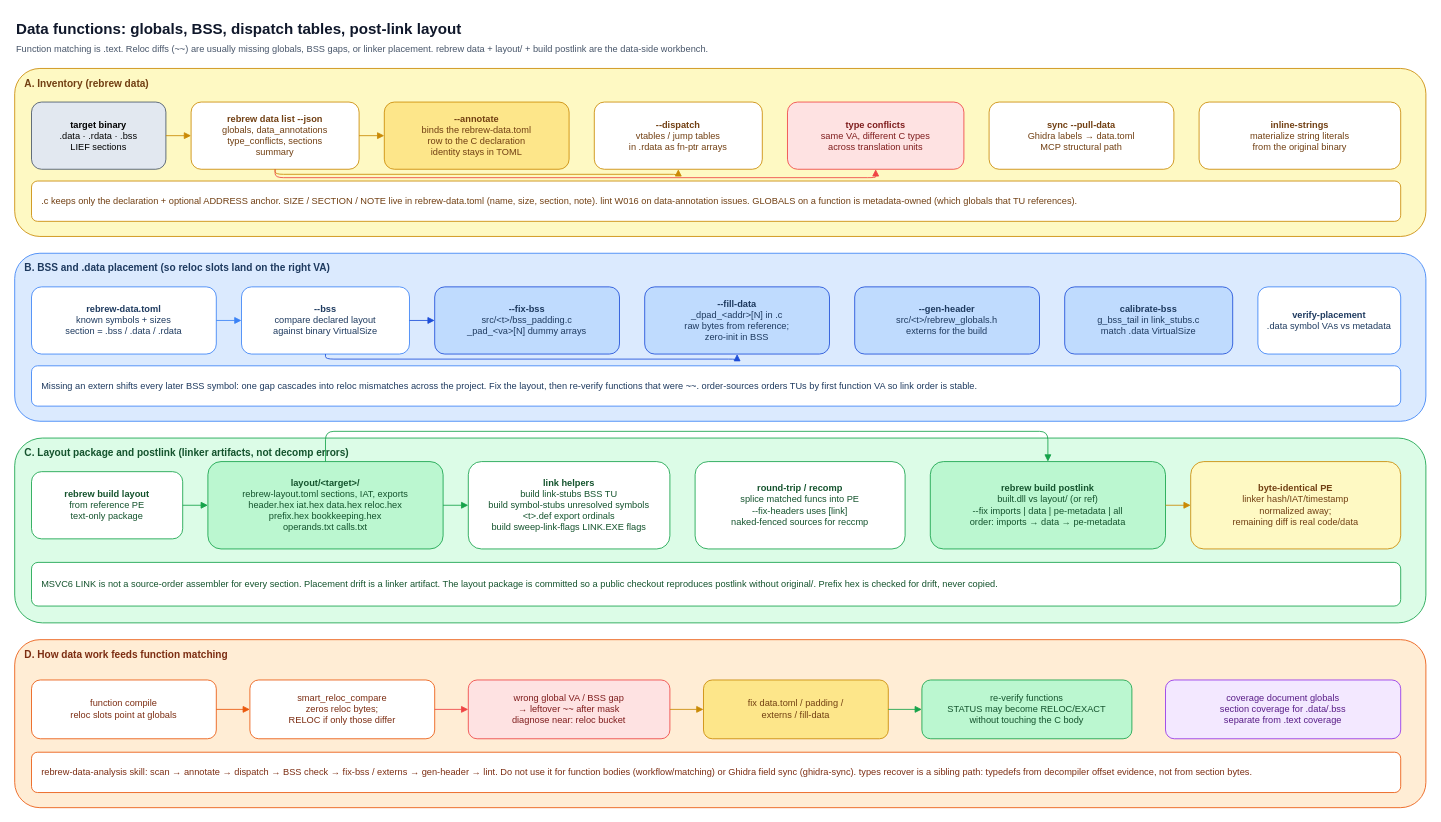
This is page "7. Data, globals, layout" (6 of 6) of docs/architecture.drawio from maci0/rebrew, a draw.io file, before an edit. Source tidied: cells renumbered, new cells numbered last; positions are measured from the earlier drawing's top-left corner, leaving out a move shared by most shapes. Both pictures are drawn from the tidied source at 84%, with x=0, y=0 at pixel (14, 14).
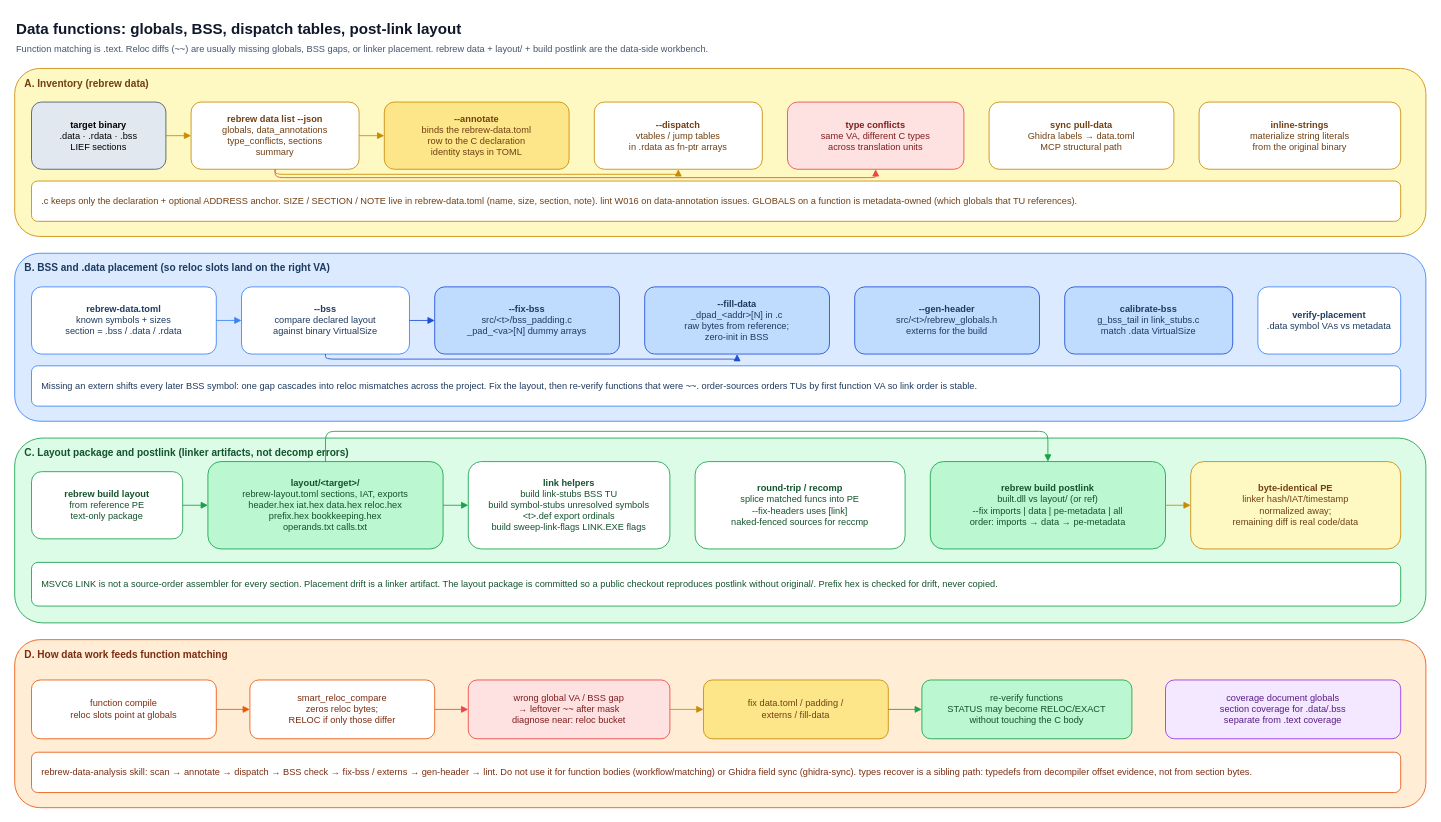
The same diagram, later.

What changed in the source:
```diff
@@
-    <mxCell id="10" value="&lt;b&gt;sync --pull-data&lt;/b&gt;&lt;br&gt;Ghidra labels → data.toml&lt;br&gt;MCP structural path" style="rounded=1;whiteSpace=wrap;html=1;fillColor=#ffffff;strokeColor=#ca8a04;fontColor=#713f12;align=center;fontSize=11;" parent="1" vertex="1">
+    <mxCell id="10" value="&lt;b&gt;sync pull-data&lt;/b&gt;&lt;br&gt;Ghidra labels → data.toml&lt;br&gt;MCP structural path" style="rounded=1;whiteSpace=wrap;html=1;fillColor=#ffffff;strokeColor=#ca8a04;fontColor=#713f12;align=center;fontSize=11;" parent="1" vertex="1">
       <mxGeometry x="1160" y="104" width="220" height="80" as="geometry" />
     </mxCell>
```
